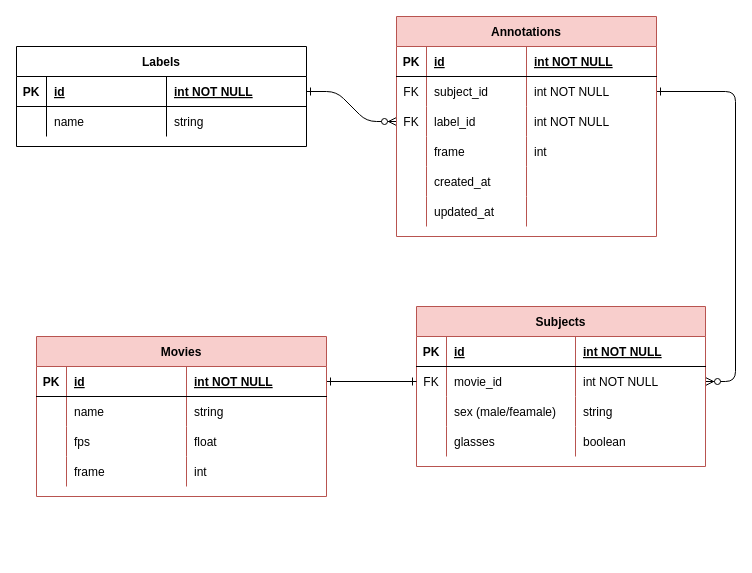
Before: ER.drawio in yunosuke068/AnnotationGUI, a draw.io diagram. Source tidied: cells renumbered, new cells numbered last; positions are measured from the earlier drawing's top-left corner, leaving out a move shared by most shapes. Both pictures are drawn from the tidied source at 100%, with x=0, y=0 at pixel (16, 16).
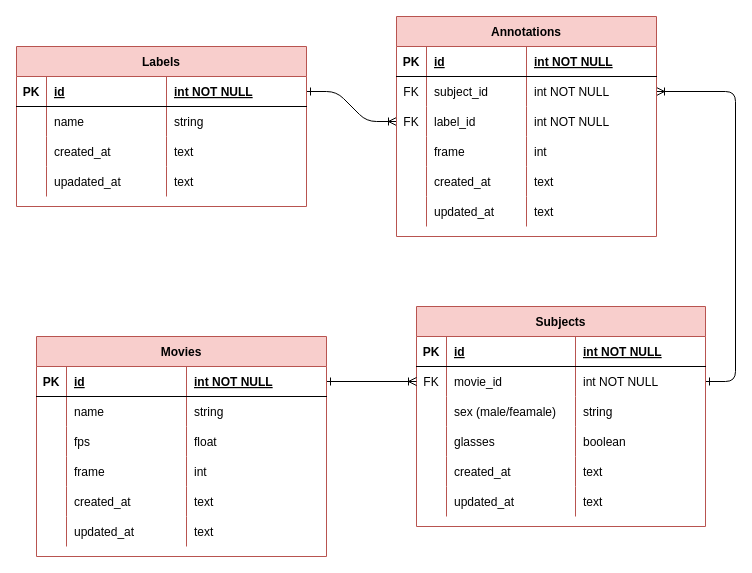
The same diagram, later.

Commit message:
ER.drawio を更新します

The change refers to these unchanged cells:
```xml
<mxCell id="9" style="shape=partialRectangle;fillColor=none;points=[[0,0.5],[1,0.5]];portConstraint=eastwest;top=0;left=0;right=0;bottom=0;" parent="4" vertex="1">
  <mxGeometry y="60" width="260" height="30" as="geometry" />
</mxCell>
<mxCell id="13" style="shape=partialRectangle;fillColor=none;points=[[0,0.5],[1,0.5]];portConstraint=eastwest;top=0;left=0;right=0;bottom=0;" parent="4" vertex="1">
  <mxGeometry y="90" width="260" height="30" as="geometry" />
</mxCell>
<mxCell id="21" style="shape=partialRectangle;fillColor=none;top=0;left=0;right=0;bottom=0;" parent="4" vertex="1">
  <mxGeometry y="150" width="260" height="30" as="geometry" />
</mxCell>
<mxCell id="25" style="shape=partialRectangle;fillColor=none;top=0;left=0;right=0;bottom=0;" parent="4" vertex="1">
  <mxGeometry y="180" width="260" height="30" as="geometry" />
</mxCell>
<mxCell id="34" style="shape=partialRectangle;fillColor=none;points=[[0,0.5],[1,0.5]];portConstraint=eastwest;top=0;left=0;right=0;bottom=0;" parent="29" vertex="1">
  <mxGeometry y="60" width="289" height="30" as="geometry" />
</mxCell>
<mxCell id="47" style="shape=partialRectangle;fillColor=none;points=[[0,0.5],[1,0.5]];portConstraint=eastwest;top=0;left=0;right=0;bottom=1;" parent="46" vertex="1">
  <mxGeometry y="30" width="290" height="30" as="geometry" />
</mxCell>
<mxCell id="57" style="shape=partialRectangle;fillColor=none;points=[[0,0.5],[1,0.5]];portConstraint=eastwest;top=0;left=0;right=0;bottom=1;" parent="56" vertex="1">
  <mxGeometry y="30" width="290" height="30" as="geometry" />
</mxCell>
```

The edit, as a diff of the source:
```diff
@@
-    <mxCell id="2" style="edgeStyle=entityRelationEdgeStyle;endArrow=ERzeroToMany;startArrow=ERone;endFill=1;startFill=0;entryX=0;entryY=0.5;entryDx=0;entryDy=0;" parent="1" edge="1" source="47" target="13">
+    <mxCell id="2" style="edgeStyle=entityRelationEdgeStyle;endArrow=ERoneToMany;startArrow=ERone;endFill=0;startFill=0;entryX=0;entryY=0.5;entryDx=0;entryDy=0;" parent="1" edge="1" source="47" target="13">
       <mxGeometry relative="1" as="geometry" />
     </mxCell>
-    <mxCell id="3" style="edgeStyle=entityRelationEdgeStyle;endArrow=ERzeroToMany;startArrow=ERone;endFill=1;startFill=0;exitX=1;exitY=0.5;exitDx=0;exitDy=0;" parent="1" edge="1" source="9" target="34">
+    <mxCell id="3" style="edgeStyle=entityRelationEdgeStyle;endArrow=ERone;startArrow=ERoneToMany;endFill=0;startFill=0;exitX=1;exitY=0.5;exitDx=0;exitDy=0;" parent="1" edge="1" source="9" target="34">
       <mxGeometry relative="1" as="geometry" />
     </mxCell>
@@
-    <mxCell id="24" style="shape=partialRectangle;overflow=hidden;fillColor=none;top=0;left=0;bottom=0;right=0;align=left;spacingLeft=6;" parent="21" vertex="1">
+    <mxCell id="24" value="text" style="shape=partialRectangle;overflow=hidden;fillColor=none;top=0;left=0;bottom=0;right=0;align=left;spacingLeft=6;" parent="21" vertex="1">
       <mxGeometry x="130" width="130" height="30" as="geometry" />
     </mxCell>
@@
-    <mxCell id="28" style="shape=partialRectangle;overflow=hidden;fillColor=none;top=0;left=0;bottom=0;right=0;align=left;spacingLeft=6;" parent="25" vertex="1">
+    <mxCell id="28" value="text" style="shape=partialRectangle;overflow=hidden;fillColor=none;top=0;left=0;bottom=0;right=0;align=left;spacingLeft=6;" parent="25" vertex="1">
       <mxGeometry x="130" width="130" height="30" as="geometry" />
     </mxCell>
     <mxCell id="29" value="Subjects" style="shape=table;startSize=30;childLayout=tableLayout;rowLines=0;fontStyle=1;align=center;fillColor=#f8cecc;strokeColor=#b85450;" parent="1" vertex="1">
-      <mxGeometry x="400" y="290" width="289" height="160" as="geometry" />
+      <mxGeometry x="400" y="290" width="289" height="220" as="geometry" />
     </mxCell>
@@
+    <mxCell id="73" style="shape=partialRectangle;fillColor=none;top=0;left=0;right=0;bottom=0;" parent="29" vertex="1">
+      <mxGeometry y="150" width="289" height="30" as="geometry" />
+    </mxCell>
+    <mxCell id="74" style="shape=partialRectangle;overflow=hidden;fillColor=none;top=0;left=0;bottom=0;right=0;" parent="73" vertex="1">
+      <mxGeometry width="30" height="30" as="geometry" />
+    </mxCell>
+    <mxCell id="75" value="created_at" style="shape=partialRectangle;overflow=hidden;fillColor=none;top=0;left=0;bottom=0;right=0;align=left;spacingLeft=6;" parent="73" vertex="1">
+      <mxGeometry x="30" width="129" height="30" as="geometry" />
+    </mxCell>
+    <mxCell id="76" value="text" style="shape=partialRectangle;overflow=hidden;fillColor=none;top=0;left=0;bottom=0;right=0;align=left;spacingLeft=6;" parent="73" vertex="1">
+      <mxGeometry x="159" width="130" height="30" as="geometry" />
+    </mxCell>
+    <mxCell id="77" style="shape=partialRectangle;fillColor=none;top=0;left=0;right=0;bottom=0;" parent="29" vertex="1">
+      <mxGeometry y="180" width="289" height="30" as="geometry" />
+    </mxCell>
+    <mxCell id="78" style="shape=partialRectangle;overflow=hidden;fillColor=none;top=0;left=0;bottom=0;right=0;" parent="77" vertex="1">
+      <mxGeometry width="30" height="30" as="geometry" />
+    </mxCell>
+    <mxCell id="79" value="updated_at" style="shape=partialRectangle;overflow=hidden;fillColor=none;top=0;left=0;bottom=0;right=0;align=left;spacingLeft=6;" parent="77" vertex="1">
+      <mxGeometry x="30" width="129" height="30" as="geometry" />
+    </mxCell>
+    <mxCell id="80" value="text" style="shape=partialRectangle;overflow=hidden;fillColor=none;top=0;left=0;bottom=0;right=0;align=left;spacingLeft=6;" parent="77" vertex="1">
+      <mxGeometry x="159" width="130" height="30" as="geometry" />
+    </mxCell>
-    <mxCell id="46" value="Labels" style="shape=table;startSize=30;childLayout=tableLayout;rowLines=0;fontStyle=1;align=center;" parent="1" vertex="1">
-      <mxGeometry y="30" width="290" height="100" as="geometry" />
+    <mxCell id="46" value="Labels" style="shape=table;startSize=30;childLayout=tableLayout;rowLines=0;fontStyle=1;align=center;fillColor=#f8cecc;strokeColor=#b85450;" parent="1" vertex="1">
+      <mxGeometry y="30" width="290" height="160" as="geometry" />
     </mxCell>
@@
+    <mxCell id="81" style="shape=partialRectangle;fillColor=none;top=0;left=0;right=0;bottom=0;" parent="46" vertex="1">
+      <mxGeometry y="90" width="290" height="30" as="geometry" />
+    </mxCell>
+    <mxCell id="82" style="shape=partialRectangle;overflow=hidden;fillColor=none;top=0;left=0;bottom=0;right=0;" parent="81" vertex="1">
+      <mxGeometry width="30" height="30" as="geometry" />
+    </mxCell>
+    <mxCell id="83" value="created_at" style="shape=partialRectangle;overflow=hidden;fillColor=none;top=0;left=0;bottom=0;right=0;align=left;spacingLeft=6;" parent="81" vertex="1">
+      <mxGeometry x="30" width="120" height="30" as="geometry" />
+    </mxCell>
+    <mxCell id="84" value="text" style="shape=partialRectangle;overflow=hidden;fillColor=none;top=0;left=0;bottom=0;right=0;align=left;spacingLeft=6;" parent="81" vertex="1">
+      <mxGeometry x="150" width="140" height="30" as="geometry" />
+    </mxCell>
+    <mxCell id="85" style="shape=partialRectangle;fillColor=none;top=0;left=0;right=0;bottom=0;" parent="46" vertex="1">
+      <mxGeometry y="120" width="290" height="30" as="geometry" />
+    </mxCell>
+    <mxCell id="86" style="shape=partialRectangle;overflow=hidden;fillColor=none;top=0;left=0;bottom=0;right=0;" parent="85" vertex="1">
+      <mxGeometry width="30" height="30" as="geometry" />
+    </mxCell>
+    <mxCell id="87" value="upadated_at" style="shape=partialRectangle;overflow=hidden;fillColor=none;top=0;left=0;bottom=0;right=0;align=left;spacingLeft=6;" parent="85" vertex="1">
+      <mxGeometry x="30" width="120" height="30" as="geometry" />
+    </mxCell>
+    <mxCell id="88" value="text" style="shape=partialRectangle;overflow=hidden;fillColor=none;top=0;left=0;bottom=0;right=0;align=left;spacingLeft=6;" parent="85" vertex="1">
+      <mxGeometry x="150" width="140" height="30" as="geometry" />
+    </mxCell>
-    <mxCell id="55" style="edgeStyle=orthogonalEdgeStyle;rounded=0;jettySize=auto;html=1;entryX=0;entryY=0.5;entryDx=0;entryDy=0;startArrow=ERone;startFill=0;endArrow=ERone;endFill=0;exitX=1;exitY=0.5;exitDx=0;exitDy=0;" parent="1" edge="1" source="57" target="34">
+    <mxCell id="55" style="edgeStyle=orthogonalEdgeStyle;rounded=0;jettySize=auto;html=1;entryX=0;entryY=0.5;entryDx=0;entryDy=0;startArrow=ERone;startFill=0;endArrow=ERoneToMany;endFill=0;exitX=1;exitY=0.5;exitDx=0;exitDy=0;" parent="1" edge="1" source="57" target="34">
       <mxGeometry relative="1" as="geometry" />
     </mxCell>
     <mxCell id="56" value="Movies" style="shape=table;startSize=30;childLayout=tableLayout;rowLines=0;fontStyle=1;align=center;fillColor=#f8cecc;strokeColor=#b85450;" parent="1" vertex="1">
-      <mxGeometry x="20" y="320" width="290" height="160" as="geometry" />
+      <mxGeometry x="20" y="320" width="290" height="220" as="geometry" />
     </mxCell>
@@
+    <mxCell id="89" style="shape=partialRectangle;fillColor=none;top=0;left=0;right=0;bottom=0;" parent="56" vertex="1">
+      <mxGeometry y="150" width="290" height="30" as="geometry" />
+    </mxCell>
+    <mxCell id="90" style="shape=partialRectangle;overflow=hidden;fillColor=none;top=0;left=0;bottom=0;right=0;" parent="89" vertex="1">
+      <mxGeometry width="30" height="30" as="geometry" />
+    </mxCell>
+    <mxCell id="91" value="created_at" style="shape=partialRectangle;overflow=hidden;fillColor=none;top=0;left=0;bottom=0;right=0;align=left;spacingLeft=6;" parent="89" vertex="1">
+      <mxGeometry x="30" width="120" height="30" as="geometry" />
+    </mxCell>
+    <mxCell id="92" value="text" style="shape=partialRectangle;overflow=hidden;fillColor=none;top=0;left=0;bottom=0;right=0;align=left;spacingLeft=6;" parent="89" vertex="1">
+      <mxGeometry x="150" width="140" height="30" as="geometry" />
+    </mxCell>
+    <mxCell id="93" style="shape=partialRectangle;fillColor=none;top=0;left=0;right=0;bottom=0;" parent="56" vertex="1">
+      <mxGeometry y="180" width="290" height="30" as="geometry" />
+    </mxCell>
+    <mxCell id="94" style="shape=partialRectangle;overflow=hidden;fillColor=none;top=0;left=0;bottom=0;right=0;" parent="93" vertex="1">
+      <mxGeometry width="30" height="30" as="geometry" />
+    </mxCell>
+    <mxCell id="95" value="updated_at" style="shape=partialRectangle;overflow=hidden;fillColor=none;top=0;left=0;bottom=0;right=0;align=left;spacingLeft=6;" parent="93" vertex="1">
+      <mxGeometry x="30" width="120" height="30" as="geometry" />
+    </mxCell>
+    <mxCell id="96" value="text" style="shape=partialRectangle;overflow=hidden;fillColor=none;top=0;left=0;bottom=0;right=0;align=left;spacingLeft=6;" parent="93" vertex="1">
+      <mxGeometry x="150" width="140" height="30" as="geometry" />
+    </mxCell>
```
